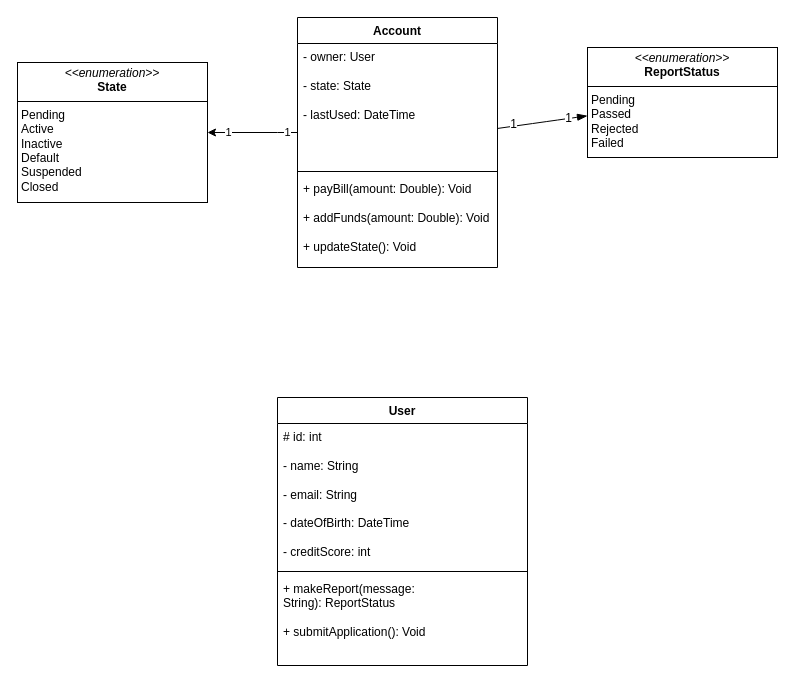
antonykimuom/SWEN30006-2025-SM1-workshop1-tuew05-14-00-team-12 keeps this draw.io diagram as page "Page-3" (3 of 3) of workshop6_week7.drawio. Above is the earlier version. Source tidied: cells renumbered, new cells numbered last; positions are measured from the earlier drawing's top-left corner, leaving out a move shared by most shapes. Both pictures are drawn from the tidied source at 100%, with x=0, y=0 at pixel (17, 17).
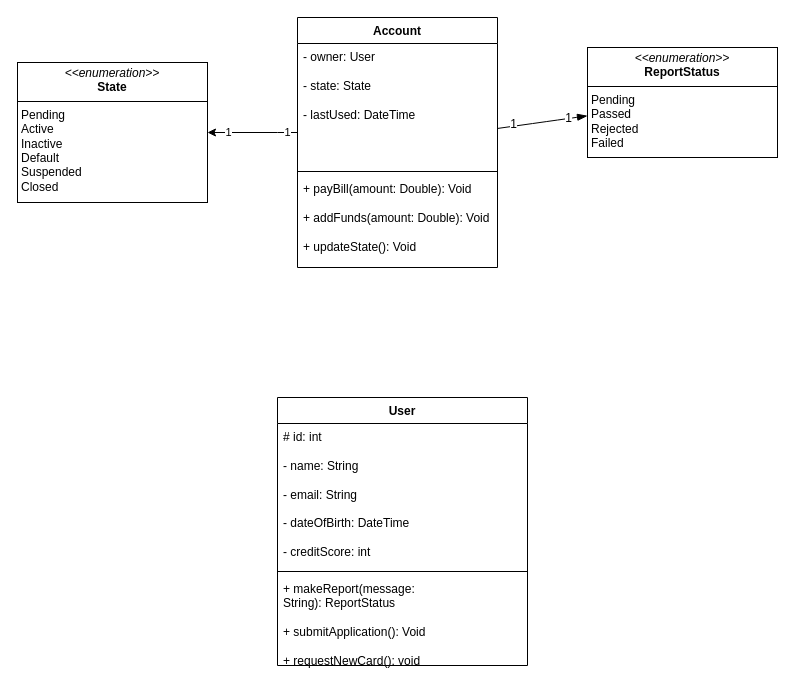
After the change.

Commit message:
added back method

Unchanged cells that the change refers to:
```xml
<mxCell id="14" value="User" style="swimlane;fontStyle=1;align=center;verticalAlign=top;horizontal=1;startSize=26;whiteSpace=wrap;html=1;" parent="1" vertex="1">
  <mxGeometry x="260" y="380" width="250" height="268" as="geometry" />
</mxCell>
```

What changed in the source:
```diff
@@
-    <mxCell id="17" value="&lt;div&gt;+ makeReport(message: String):&amp;nbsp;&lt;span style=&quot;background-color: transparent; color: light-dark(rgb(0, 0, 0), rgb(255, 255, 255)); text-align: center;&quot;&gt;ReportStatus&lt;/span&gt;&lt;/div&gt;&lt;div&gt;&lt;span style=&quot;background-color: transparent; color: light-dark(rgb(0, 0, 0), rgb(255, 255, 255)); text-align: center;&quot;&gt;&lt;br&gt;&lt;/span&gt;&lt;/div&gt;&lt;div&gt;&lt;span style=&quot;background-color: transparent; color: light-dark(rgb(0, 0, 0), rgb(255, 255, 255)); text-align: center;&quot;&gt;+ submitApplication(): Void&lt;/span&gt;&lt;/div&gt;" style="text;strokeColor=none;fillColor=none;align=left;verticalAlign=top;spacingLeft=4;spacingRight=4;overflow=hidden;whiteSpace=wrap;html=1;" parent="14" vertex="1">
+    <mxCell id="17" value="&lt;div&gt;+ makeReport(message: String):&amp;nbsp;&lt;span style=&quot;background-color: transparent; color: light-dark(rgb(0, 0, 0), rgb(255, 255, 255)); text-align: center;&quot;&gt;ReportStatus&lt;/span&gt;&lt;/div&gt;&lt;div&gt;&lt;span style=&quot;background-color: transparent; color: light-dark(rgb(0, 0, 0), rgb(255, 255, 255)); text-align: center;&quot;&gt;&lt;br&gt;&lt;/span&gt;&lt;/div&gt;&lt;div&gt;&lt;span style=&quot;background-color: transparent; color: light-dark(rgb(0, 0, 0), rgb(255, 255, 255)); text-align: center;&quot;&gt;+ submitApplication(): Void&lt;/span&gt;&lt;/div&gt;&lt;div&gt;&lt;span style=&quot;background-color: transparent; color: light-dark(rgb(0, 0, 0), rgb(255, 255, 255)); text-align: center;&quot;&gt;&lt;br&gt;&lt;/span&gt;&lt;/div&gt;&lt;div&gt;&lt;span style=&quot;background-color: transparent; color: light-dark(rgb(0, 0, 0), rgb(255, 255, 255)); text-align: center;&quot;&gt;+ requestNewCard(): void&lt;/span&gt;&lt;/div&gt;" style="text;strokeColor=none;fillColor=none;align=left;verticalAlign=top;spacingLeft=4;spacingRight=4;overflow=hidden;whiteSpace=wrap;html=1;" parent="14" vertex="1">
       <mxGeometry y="178" width="250" height="90" as="geometry" />
     </mxCell>
```
